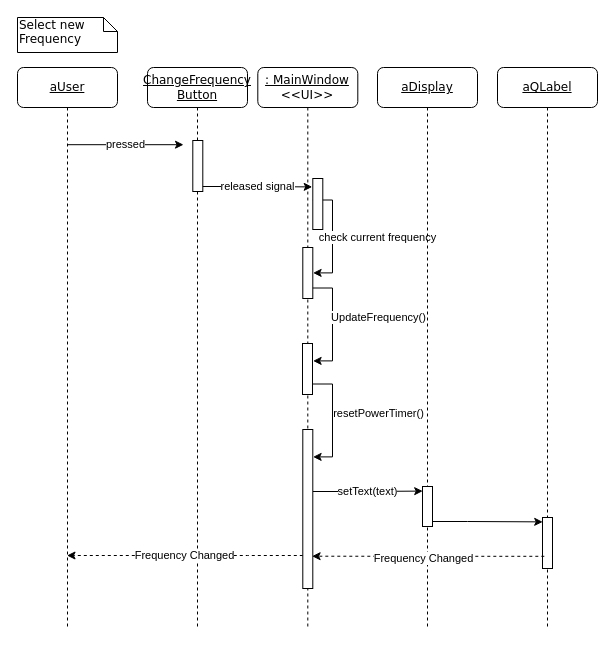
Hall-Andrew/CESDEVICE-3004FinalProject keeps this draw.io diagram as Documentation/Select Frequency.drawio. Above is the earlier version. Source tidied: cells renumbered, new cells numbered last; positions are measured from the earlier drawing's top-left corner, leaving out a move shared by most shapes. Both pictures are drawn from the tidied source at 100%, with x=0, y=0 at pixel (17, 17).
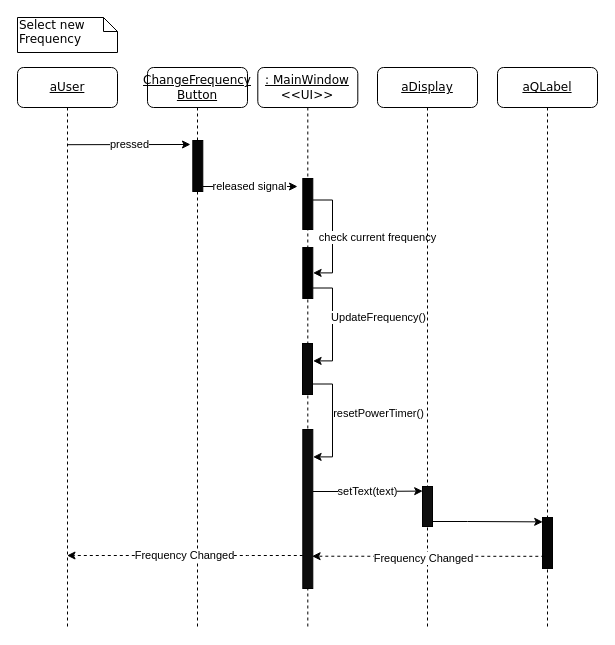
Above is the later version.

The change refers to these unchanged cells:
```xml
<mxCell id="2" value="&lt;u&gt;: MainWindow&lt;/u&gt;&lt;br&gt;&amp;lt;&amp;lt;UI&amp;gt;&amp;gt;" style="shape=umlLifeline;perimeter=lifelinePerimeter;whiteSpace=wrap;html=1;rounded=1;shadow=0;comic=0;labelBackgroundColor=none;strokeWidth=1;fontFamily=Verdana;fontSize=12;align=center;" parent="1" vertex="1">
  <mxGeometry x="240.3" y="50" width="100" height="560" as="geometry" />
</mxCell>
<mxCell id="5" value="&lt;u&gt;aDisplay&lt;/u&gt;" style="shape=umlLifeline;perimeter=lifelinePerimeter;whiteSpace=wrap;html=1;rounded=1;shadow=0;comic=0;labelBackgroundColor=none;strokeWidth=1;fontFamily=Verdana;fontSize=12;align=center;" parent="1" vertex="1">
  <mxGeometry x="360" y="50" width="100" height="560" as="geometry" />
</mxCell>
<mxCell id="9" value="&lt;u&gt;ChangeFrequency&lt;br&gt;Button&lt;/u&gt;" style="shape=umlLifeline;perimeter=lifelinePerimeter;whiteSpace=wrap;html=1;rounded=1;shadow=0;comic=0;labelBackgroundColor=none;strokeWidth=1;fontFamily=Verdana;fontSize=12;align=center;" parent="1" vertex="1">
  <mxGeometry x="130" y="50" width="100" height="560" as="geometry" />
</mxCell>
<mxCell id="18" value="&lt;u&gt;aQLabel&lt;/u&gt;" style="shape=umlLifeline;perimeter=lifelinePerimeter;whiteSpace=wrap;html=1;rounded=1;shadow=0;comic=0;labelBackgroundColor=none;strokeWidth=1;fontFamily=Verdana;fontSize=12;align=center;" parent="1" vertex="1">
  <mxGeometry x="480" y="50" width="100" height="560" as="geometry" />
</mxCell>
```

Change to the diagram source:
```diff
@@
-    <mxCell id="3" style="html=1;perimeter=orthogonalPerimeter;rounded=0;shadow=0;comic=0;labelBackgroundColor=none;strokeWidth=1;fontFamily=Verdana;fontSize=12;align=center;" parent="2" vertex="1">
+    <mxCell id="3" style="html=1;perimeter=orthogonalPerimeter;rounded=0;shadow=0;comic=0;labelBackgroundColor=none;strokeWidth=1;fontFamily=Verdana;fontSize=12;align=center;fillColor=#000000;" parent="2" vertex="1">
       <mxGeometry x="45" y="180" width="10" height="51" as="geometry" />
     </mxCell>
@@
+    <mxCell id="10" style="html=1;perimeter=orthogonalPerimeter;rounded=0;shadow=0;comic=0;labelBackgroundColor=none;strokeWidth=1;fontFamily=Verdana;fontSize=12;align=center;fillColor=#030303;" parent="2" vertex="1">
+      <mxGeometry x="45" y="111" width="10" height="51" as="geometry" />
+    </mxCell>
@@
-    <mxCell id="6" style="html=1;points=[];perimeter=orthogonalPerimeter;rounded=0;shadow=0;comic=0;labelBackgroundColor=none;strokeWidth=1;fontFamily=Verdana;fontSize=12;align=center;" parent="5" vertex="1">
+    <mxCell id="6" style="html=1;points=[];perimeter=orthogonalPerimeter;rounded=0;shadow=0;comic=0;labelBackgroundColor=none;strokeWidth=1;fontFamily=Verdana;fontSize=12;align=center;fillColor=#0F0F0F;" parent="5" vertex="1">
       <mxGeometry x="45" y="419" width="10" height="40" as="geometry" />
     </mxCell>
@@
-    <mxCell id="10" style="html=1;perimeter=orthogonalPerimeter;rounded=0;shadow=0;comic=0;labelBackgroundColor=none;strokeWidth=1;fontFamily=Verdana;fontSize=12;align=center;" parent="9" vertex="1">
-      <mxGeometry x="165.3" y="111" width="10" height="51" as="geometry" />
-    </mxCell>
-    <mxCell id="11" style="html=1;points=[];perimeter=orthogonalPerimeter;rounded=0;shadow=0;comic=0;labelBackgroundColor=none;strokeWidth=1;fontFamily=Verdana;fontSize=12;align=center;" parent="9" vertex="1">
+    <mxCell id="11" style="html=1;points=[];perimeter=orthogonalPerimeter;rounded=0;shadow=0;comic=0;labelBackgroundColor=none;strokeWidth=1;fontFamily=Verdana;fontSize=12;align=center;fillColor=#050505;" parent="9" vertex="1">
       <mxGeometry x="45.3" y="73" width="10" height="51" as="geometry" />
     </mxCell>
-    <mxCell id="12" value="released signal" style="edgeStyle=orthogonalEdgeStyle;rounded=0;orthogonalLoop=1;jettySize=auto;html=1;entryX=-0.06;entryY=0.067;entryDx=0;entryDy=0;entryPerimeter=0;" parent="9" edge="1">
+    <mxCell id="12" value="released signal" style="edgeStyle=orthogonalEdgeStyle;rounded=0;orthogonalLoop=1;jettySize=auto;html=1;" parent="9" edge="1">
       <mxGeometry relative="1" as="geometry">
         <mxPoint x="55.3" y="119" as="sourcePoint" />
-        <mxPoint x="164.7" y="119.4" as="targetPoint" />
+        <mxPoint x="150" y="119" as="targetPoint" />
         <Array as="points">
           <mxPoint x="80.3" y="119" />
           <mxPoint x="80.3" y="119" />
         </Array>
       </mxGeometry>
     </mxCell>
-    <mxCell id="13" value="pressed" style="endArrow=classic;html=1;rounded=0;entryX=0.067;entryY=0.2;entryDx=0;entryDy=0;entryPerimeter=0;" parent="1" edge="1">
+    <mxCell id="13" value="pressed" style="endArrow=classic;html=1;rounded=0;entryX=-0.233;entryY=0.078;entryDx=0;entryDy=0;entryPerimeter=0;" parent="1" edge="1" target="11">
       <mxGeometry relative="1" as="geometry">
         <mxPoint x="49.9" y="127.2" as="sourcePoint" />
-        <mxPoint x="166" y="127.2" as="targetPoint" />
       </mxGeometry>
     </mxCell>
@@
-    <mxCell id="16" style="html=1;perimeter=orthogonalPerimeter;rounded=0;shadow=0;comic=0;labelBackgroundColor=none;strokeWidth=1;fontFamily=Verdana;fontSize=12;align=center;" parent="1" vertex="1">
+    <mxCell id="16" style="html=1;perimeter=orthogonalPerimeter;rounded=0;shadow=0;comic=0;labelBackgroundColor=none;strokeWidth=1;fontFamily=Verdana;fontSize=12;align=center;fillColor=#0D0D0D;" parent="1" vertex="1">
       <mxGeometry x="285.3" y="412" width="10" height="159" as="geometry" />
     </mxCell>
@@
-    <mxCell id="19" style="html=1;points=[];perimeter=orthogonalPerimeter;rounded=0;shadow=0;comic=0;labelBackgroundColor=none;strokeWidth=1;fontFamily=Verdana;fontSize=12;align=center;" parent="18" vertex="1">
+    <mxCell id="19" style="html=1;points=[];perimeter=orthogonalPerimeter;rounded=0;shadow=0;comic=0;labelBackgroundColor=none;strokeWidth=1;fontFamily=Verdana;fontSize=12;align=center;fillColor=#050505;" parent="18" vertex="1">
       <mxGeometry x="45" y="450" width="10" height="51" as="geometry" />
     </mxCell>
@@
-    <mxCell id="23" style="html=1;perimeter=orthogonalPerimeter;rounded=0;shadow=0;comic=0;labelBackgroundColor=none;strokeWidth=1;fontFamily=Verdana;fontSize=12;align=center;" parent="1" vertex="1">
+    <mxCell id="23" style="html=1;perimeter=orthogonalPerimeter;rounded=0;shadow=0;comic=0;labelBackgroundColor=none;strokeWidth=1;fontFamily=Verdana;fontSize=12;align=center;fillColor=#0A0A0A;" parent="1" vertex="1">
       <mxGeometry x="285" y="326" width="10" height="51" as="geometry" />
     </mxCell>
```
